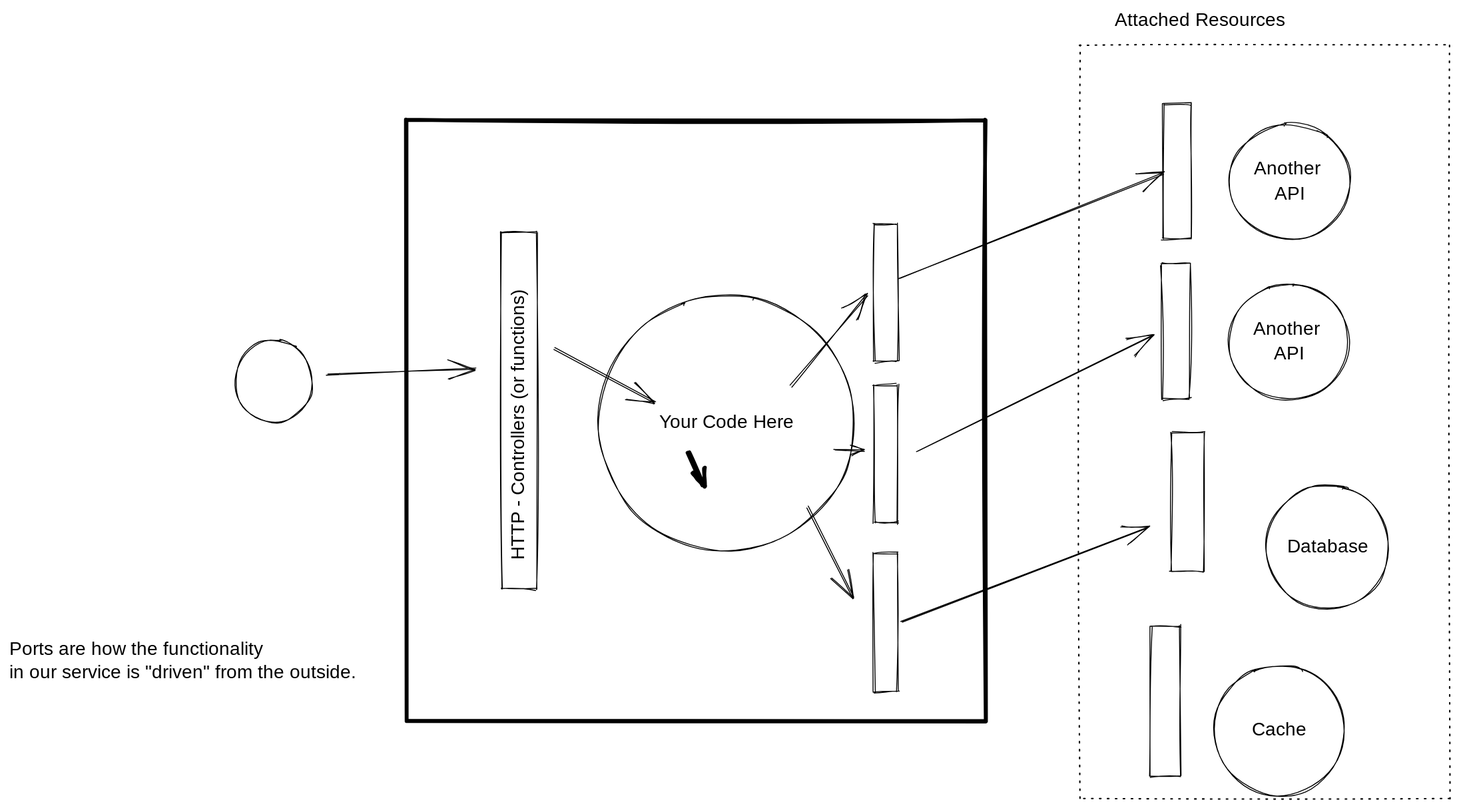
Before: Drawings/portsandadapters.excalidraw.svg, a diagram exported from Excalidraw (hypertheory-services/bsd-teacher-notes-oct-2022). Source tidied: one line per element, renumbered; positions are measured from the earlier drawing's top-left corner, leaving out a move shared by most shapes.
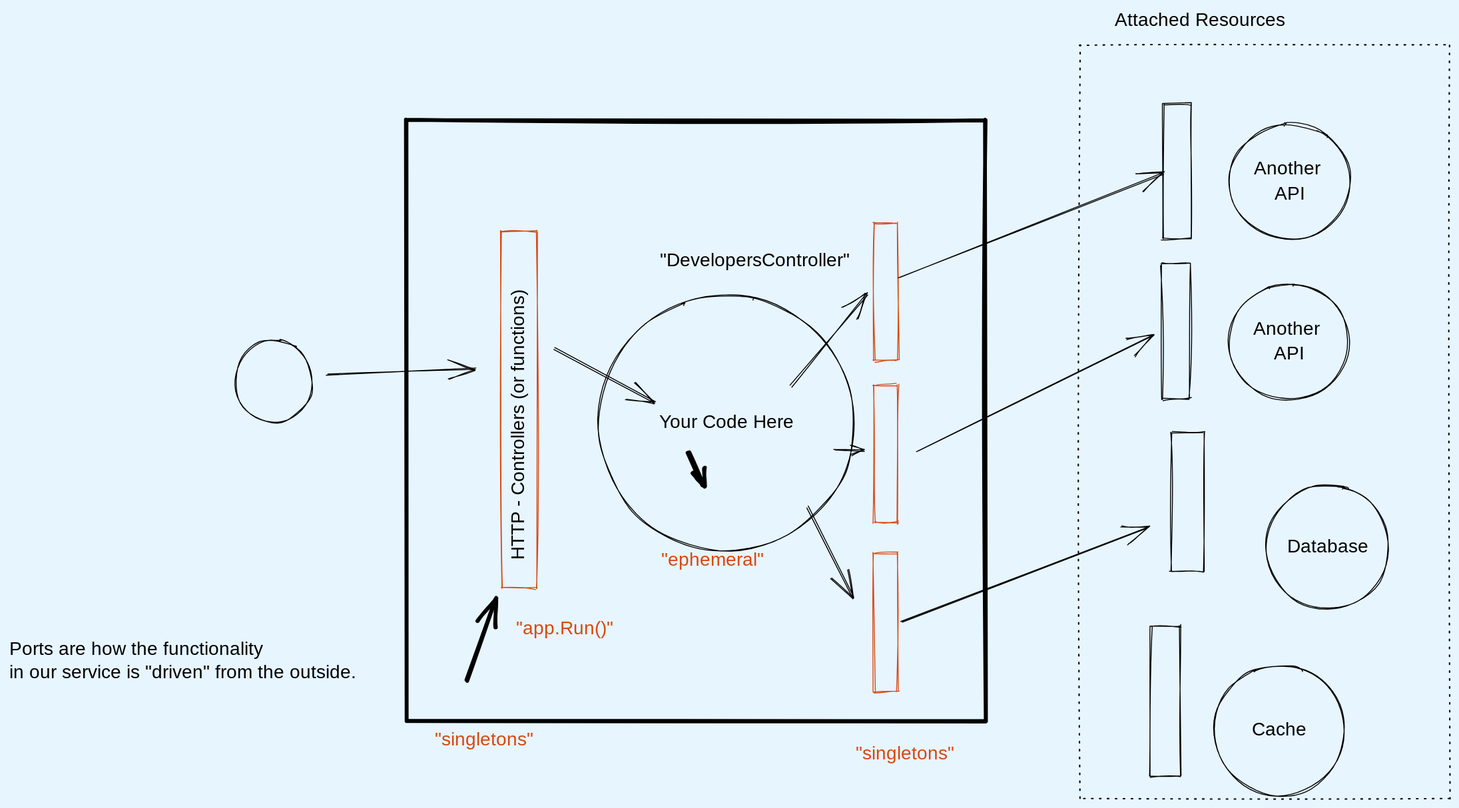
Later version of the same file.

Diff of the diagram source:
```diff
@@ -1,6 +1,6 @@
 {"id": 0, "type": "ellipse", "strokeColor": "#000000", "strokeWidth": 1, "roughness": 1, "x": 632, "y": 307, "width": 274, "height": 274}
 {"id": 1, "type": "text", "text": "Your Code Here", "strokeColor": "#000000", "strokeWidth": 1, "roughness": 1, "fontSize": 20, "fontFamily": 1, "textAlign": "center", "verticalAlign": "middle", "inside": 0, "x": 694, "y": 430, "width": 151, "height": 27}
-{"id": 2, "type": "rectangle", "strokeColor": "#000000", "strokeWidth": 1, "roughness": 1, "x": 528, "y": 239, "width": 38, "height": 383}
+{"id": 2, "type": "rectangle", "strokeColor": "#d9480f", "strokeWidth": 1, "roughness": 1, "x": 528, "y": 238, "width": 38, "height": 383}
 {"id": 3, "type": "ellipse", "strokeColor": "#000000", "strokeWidth": 1, "roughness": 1, "x": 242, "y": 355, "width": 83, "height": 88}
 {"id": 4, "type": "arrow", "strokeColor": "#000000", "strokeWidth": 1, "roughness": 1, "endArrowhead": "arrow", "from": 3, "x": 341, "y": 393, "width": 160, "height": 8, "points": [[0, 0], [160, -8]]}
 {"id": 5, "type": "text", "text": "HTTP - Controllers (or functions)", "strokeColor": "#000000", "angle": 4.71, "strokeWidth": 1, "roughness": 1, "fontSize": 20, "fontFamily": 1, "x": 380, "y": 411, "width": 334, "height": 25}
@@ -20,14 +20,20 @@
 {"id": 19, "type": "rectangle", "strokeColor": "#000000", "strokeWidth": 1, "roughness": 1, "x": 1224, "y": 662, "width": 32, "height": 161}
 {"id": 20, "type": "rectangle", "strokeColor": "#000000", "strokeWidth": 1, "strokeStyle": "dotted", "roughness": 1, "x": 1148, "y": 38, "width": 397, "height": 809}
 {"id": 21, "type": "text", "text": "Attached Resources", "strokeColor": "#000000", "strokeWidth": 1, "strokeStyle": "dotted", "roughness": 1, "fontSize": 20, "fontFamily": 1, "x": 1186, "y": 0, "width": 202, "height": 25}
-{"id": 22, "type": "rectangle", "strokeColor": "#000000", "strokeWidth": 1, "roughness": 1, "x": 927, "y": 230, "width": 26, "height": 148}
+{"id": 22, "type": "rectangle", "strokeColor": "#d9480f", "strokeWidth": 1, "roughness": 1, "x": 927, "y": 229, "width": 26, "height": 148}
-{"id": 23, "type": "rectangle", "strokeColor": "#000000", "strokeWidth": 1, "roughness": 1, "x": 927, "y": 403, "width": 26, "height": 148}
+{"id": 23, "type": "rectangle", "strokeColor": "#d9480f", "strokeWidth": 1, "roughness": 1, "x": 927, "y": 403, "width": 26, "height": 148}
-{"id": 24, "type": "rectangle", "strokeColor": "#000000", "strokeWidth": 1, "roughness": 1, "x": 927, "y": 584, "width": 26, "height": 148}
+{"id": 24, "type": "rectangle", "strokeColor": "#d9480f", "strokeWidth": 1, "roughness": 1, "x": 927, "y": 584, "width": 26, "height": 148}
-{"id": 25, "type": "arrow", "strokeColor": "#000000", "strokeWidth": 1, "roughness": 1, "endArrowhead": "arrow", "to": 22, "x": 838, "y": 404, "width": 83, "height": 97, "points": [[0, 0], [83, -97]]}
+{"id": 25, "type": "arrow", "strokeColor": "#000000", "strokeWidth": 1, "roughness": 1, "endArrowhead": "arrow", "to": 22, "x": 838, "y": 404, "width": 83, "height": 98, "points": [[0, 0], [83, -98]]}
-{"id": 26, "type": "arrow", "strokeColor": "#000000", "strokeWidth": 1, "roughness": 1, "endArrowhead": "arrow", "from": 22, "x": 954, "y": 288, "width": 284, "height": 112, "points": [[0, 0], [284, -112]]}
+{"id": 26, "type": "arrow", "strokeColor": "#000000", "strokeWidth": 1, "roughness": 1, "endArrowhead": "arrow", "from": 22, "x": 954, "y": 287, "width": 284, "height": 111, "points": [[0, 0], [284, -111]]}
 {"id": 27, "type": "arrow", "strokeColor": "#000000", "strokeWidth": 1, "roughness": 1, "endArrowhead": "arrow", "to": 23, "x": 886, "y": 472, "width": 30, "height": 2, "points": [[0, 0], [30, 2]]}
 {"id": 28, "type": "arrow", "strokeColor": "#000000", "strokeWidth": 1, "roughness": 1, "endArrowhead": "arrow", "to": 13, "x": 974, "y": 474, "width": 253, "height": 124, "points": [[0, 0], [253, -124]]}
 {"id": 29, "type": "arrow", "strokeColor": "#000000", "strokeWidth": 1, "roughness": 1, "endArrowhead": "arrow", "x": 857, "y": 534, "width": 49, "height": 97, "points": [[0, 0], [49, 97]]}
 {"id": 30, "type": "arrow", "strokeColor": "#000000", "strokeWidth": 1, "roughness": 1, "endArrowhead": "arrow", "from": 24, "x": 958, "y": 657, "width": 263, "height": 101, "points": [[0, 0], [263, -101]]}
 {"id": 31, "type": "rectangle", "strokeColor": "#000000", "strokeWidth": 4, "roughness": 1, "x": 426, "y": 119, "width": 621, "height": 645}
 {"id": 32, "type": "arrow", "strokeColor": "#000000", "strokeWidth": 4, "roughness": 1, "endArrowhead": "arrow", "x": 728, "y": 475, "width": 16, "height": 36, "points": [[0, 0], [16, 36]]}
+{"id": 33, "type": "arrow", "strokeColor": "#000000", "strokeWidth": 4, "roughness": 1, "endArrowhead": "arrow", "to": 2, "x": 490, "y": 721, "width": 32, "height": 89, "points": [[0, 0], [32, -89]]}
+{"id": 34, "type": "text", "text": "\"DevelopersController\"", "strokeColor": "#000000", "strokeWidth": 1, "roughness": 1, "fontSize": 20, "fontFamily": 1, "x": 698, "y": 258, "width": 214, "height": 25}
+{"id": 35, "type": "text", "text": "\"app.Run()\"", "strokeColor": "#d9480f", "strokeWidth": 1, "roughness": 1, "fontSize": 20, "fontFamily": 1, "x": 544, "y": 653, "width": 103, "height": 25}
+{"id": 36, "type": "text", "text": "\"ephemeral\"\n", "strokeColor": "#d9480f", "strokeWidth": 1, "roughness": 1, "fontSize": 20, "fontFamily": 1, "x": 700, "y": 579, "width": 107, "height": 50}
+{"id": 37, "type": "text", "text": "\"singletons\"", "strokeColor": "#d9480f", "strokeWidth": 1, "roughness": 1, "fontSize": 20, "fontFamily": 1, "x": 908, "y": 787, "width": 109, "height": 25}
+{"id": 38, "type": "text", "text": "\"singletons\"", "strokeColor": "#d9480f", "strokeWidth": 1, "roughness": 1, "fontSize": 20, "fontFamily": 1, "x": 456, "y": 772, "width": 109, "height": 25}
```
